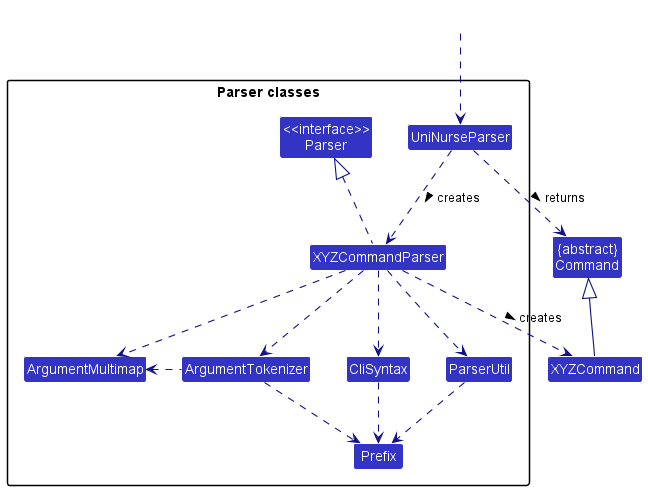
Earlier version of the PlantUML export docs/images/ParserClasses.png (nus-cs2103-AY2223S1/tp).
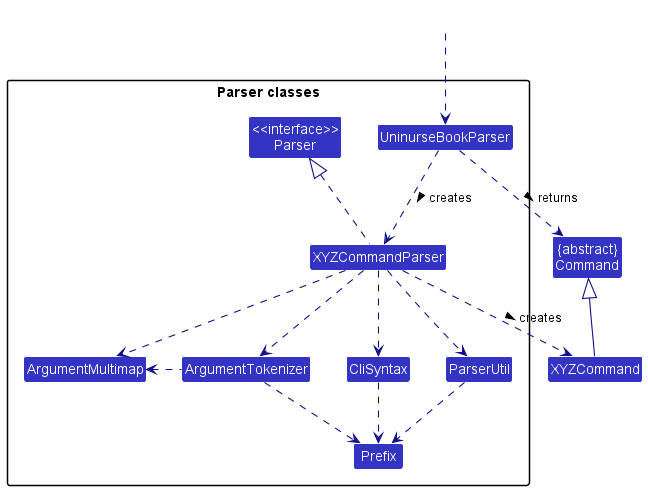
The same diagram one commit later.

Commit message:
Update UniNurseParser to UninurseBookParser and DeleteCommand to DeletePatientCommand

Change to the diagram source:
```diff
@@ -9,7 +9,7 @@
 
 package "Parser classes"{
 Class "<<interface>>\nParser" as Parser
-Class UniNurseParser
+Class UninurseBookParser
 Class XYZCommandParser
 Class CliSyntax
 Class ParserUtil
@@ -19,12 +19,12 @@
 }
 
 Class HiddenOutside #FFFFFF
-HiddenOutside ..> UniNurseParser
+HiddenOutside ..> UninurseBookParser
 
-UniNurseParser .down.> XYZCommandParser: creates >
+UninurseBookParser .down.> XYZCommandParser: creates >
 
 XYZCommandParser ..> XYZCommand : creates >
-UniNurseParser ..> Command : returns >
+UninurseBookParser ..> Command : returns >
 XYZCommandParser .up.|> Parser
 XYZCommandParser ..> ArgumentMultimap
 XYZCommandParser ..> ArgumentTokenizer
```
